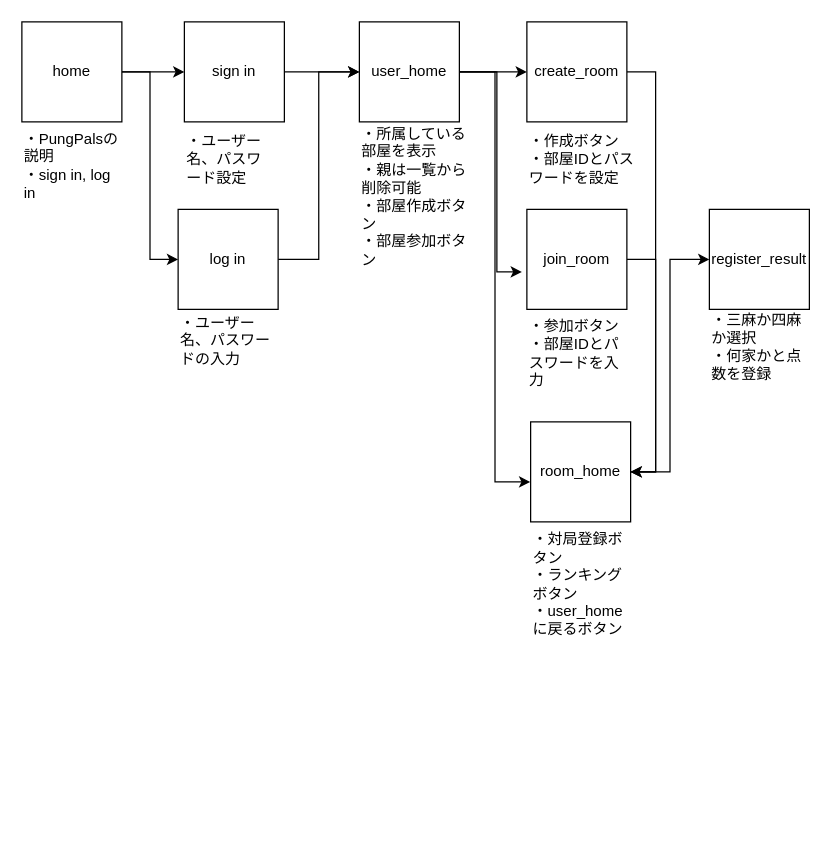
Earlier version of the draw.io diagram PungPals_screen.drawio (kechigon/PungPals). Source tidied: cells renumbered, new cells numbered last; positions are measured from the earlier drawing's top-left corner, leaving out a move shared by most shapes. Both pictures are drawn from the tidied source at 125%, with x=0, y=0 at pixel (21, 21).
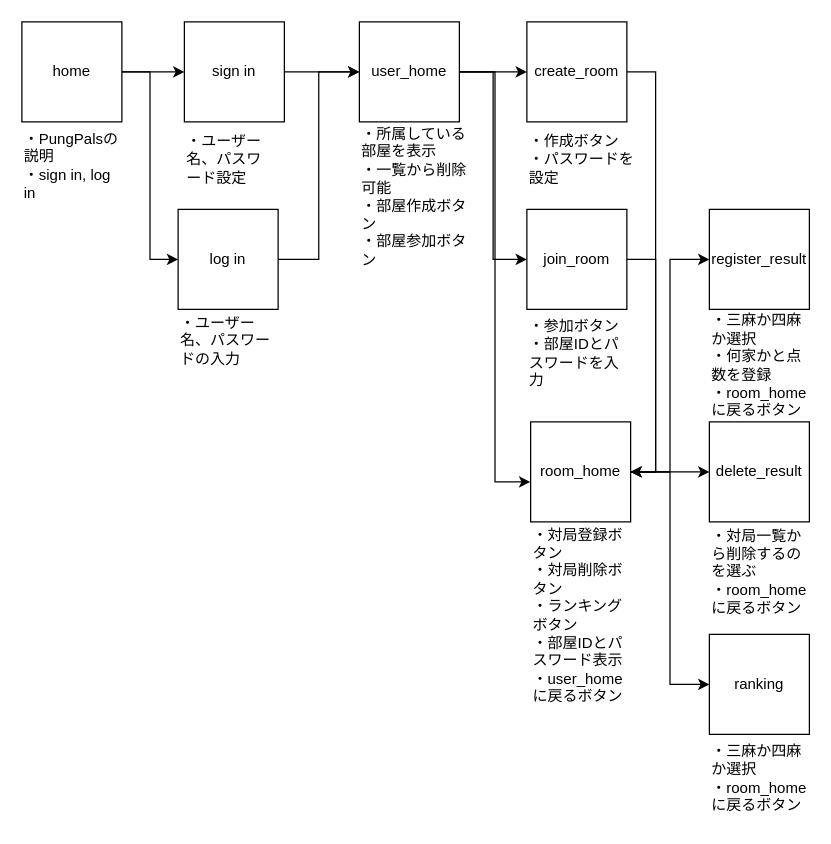
The same page after the edit.

Commit message:
PungPals_screen.drawio を更新します

Unchanged cells that the change refers to:
```xml
<mxCell id="13" value="user_home" style="whiteSpace=wrap;html=1;" parent="1" vertex="1">
  <mxGeometry x="270" width="80" height="80" as="geometry" />
</mxCell>
<mxCell id="19" value="join_room" style="whiteSpace=wrap;html=1;" parent="1" vertex="1">
  <mxGeometry x="404" y="150" width="80" height="80" as="geometry" />
</mxCell>
<mxCell id="23" value="room_home" style="whiteSpace=wrap;html=1;" parent="1" vertex="1">
  <mxGeometry x="407" y="320" width="80" height="80" as="geometry" />
</mxCell>
```

What changed in the source:
```diff
@@
+    <mxCell id="21" style="edgeStyle=orthogonalEdgeStyle;rounded=0;jettySize=auto;html=1;entryX=0;entryY=0.5;entryDx=0;entryDy=0;" parent="1" edge="1" source="13" target="19">
+      <mxGeometry relative="1" as="geometry" />
+    </mxCell>
@@
-    <mxCell id="14" value="・所属している部屋を表示&lt;br&gt;・親は一覧から削除可能&lt;br&gt;・部屋作成ボタン&lt;br&gt;・部屋参加ボタン" style="text;html=1;strokeColor=none;fillColor=none;align=left;verticalAlign=middle;whiteSpace=wrap;rounded=0;" parent="1" vertex="1">
+    <mxCell id="14" value="・所属している部屋を表示&lt;br&gt;・一覧から削除可能&lt;br&gt;・部屋作成ボタン&lt;br&gt;・部屋参加ボタン" style="text;html=1;strokeColor=none;fillColor=none;align=left;verticalAlign=middle;whiteSpace=wrap;rounded=0;" parent="1" vertex="1">
       <mxGeometry x="270" y="80" width="90" height="120" as="geometry" />
     </mxCell>
@@
-    <mxCell id="17" value="・作成ボタン&lt;br&gt;・部屋IDとパスワードを設定" style="text;html=1;strokeColor=none;fillColor=none;align=left;verticalAlign=middle;whiteSpace=wrap;rounded=0;" parent="1" vertex="1">
+    <mxCell id="17" value="・作成ボタン&lt;br&gt;・パスワードを設定" style="text;html=1;strokeColor=none;fillColor=none;align=left;verticalAlign=middle;whiteSpace=wrap;rounded=0;" parent="1" vertex="1">
       <mxGeometry x="404" y="80" width="86" height="60" as="geometry" />
     </mxCell>
@@
-    <mxCell id="21" style="edgeStyle=orthogonalEdgeStyle;rounded=0;jettySize=auto;html=1;entryX=-0.05;entryY=0.625;entryDx=0;entryDy=0;entryPerimeter=0;" parent="1" edge="1" source="13" target="19">
-      <mxGeometry relative="1" as="geometry">
-        <Array as="points">
-          <mxPoint x="380" y="40" />
-          <mxPoint x="380" y="200" />
-        </Array>
-      </mxGeometry>
-    </mxCell>
@@
+    <mxCell id="28" style="edgeStyle=orthogonalEdgeStyle;rounded=0;jettySize=auto;html=1;entryX=0;entryY=0.5;entryDx=0;entryDy=0;" parent="1" edge="1" source="23" target="30">
+      <mxGeometry relative="1" as="geometry" />
+    </mxCell>
+    <mxCell id="29" style="edgeStyle=orthogonalEdgeStyle;rounded=0;jettySize=auto;html=1;entryX=0;entryY=0.5;entryDx=0;entryDy=0;" parent="1" edge="1" source="23" target="32">
+      <mxGeometry relative="1" as="geometry" />
+    </mxCell>
@@
-    <mxCell id="25" value="・対局登録ボタン&lt;br&gt;・ランキングボタン&lt;br&gt;・user_homeに戻るボタン" style="text;html=1;strokeColor=none;fillColor=none;align=left;verticalAlign=middle;whiteSpace=wrap;rounded=0;" parent="1" vertex="1">
-      <mxGeometry x="407" y="400" width="83" height="100" as="geometry" />
+    <mxCell id="25" value="・対局登録ボタン&lt;br&gt;・対局削除ボタン&lt;br&gt;・ランキングボタン&lt;br&gt;・部屋IDとパスワード表示&lt;br&gt;・user_homeに戻るボタン" style="text;html=1;strokeColor=none;fillColor=none;align=left;verticalAlign=middle;whiteSpace=wrap;rounded=0;" parent="1" vertex="1">
+      <mxGeometry x="407" y="400" width="83" height="150" as="geometry" />
     </mxCell>
@@
-    <mxCell id="27" value="・三麻か四麻か選択&lt;br&gt;・何家かと点数を登録" style="text;html=1;strokeColor=none;fillColor=none;align=left;verticalAlign=middle;whiteSpace=wrap;rounded=0;" parent="1" vertex="1">
-      <mxGeometry x="550" y="230" width="80" height="60" as="geometry" />
+    <mxCell id="27" value="・三麻か四麻か選択&lt;br&gt;・何家かと点数を登録&lt;br&gt;・room_homeに戻るボタン&lt;br&gt;" style="text;html=1;strokeColor=none;fillColor=none;align=left;verticalAlign=middle;whiteSpace=wrap;rounded=0;" parent="1" vertex="1">
+      <mxGeometry x="550" y="230" width="80" height="90" as="geometry" />
     </mxCell>
+    <mxCell id="30" value="ranking" style="whiteSpace=wrap;html=1;" parent="1" vertex="1">
+      <mxGeometry x="550" y="490" width="80" height="80" as="geometry" />
+    </mxCell>
+    <mxCell id="31" value="・三麻か四麻か選択&lt;br&gt;・room_homeに戻るボタン" style="text;html=1;strokeColor=none;fillColor=none;align=left;verticalAlign=middle;whiteSpace=wrap;rounded=0;" parent="1" vertex="1">
+      <mxGeometry x="550" y="570" width="80" height="70" as="geometry" />
+    </mxCell>
+    <mxCell id="32" value="delete_result" style="whiteSpace=wrap;html=1;" parent="1" vertex="1">
+      <mxGeometry x="550" y="320" width="80" height="80" as="geometry" />
+    </mxCell>
+    <mxCell id="33" value="・対局一覧から削除するのを選ぶ&lt;br&gt;・room_homeに戻るボタン" style="text;html=1;strokeColor=none;fillColor=none;align=left;verticalAlign=middle;whiteSpace=wrap;rounded=0;" parent="1" vertex="1">
+      <mxGeometry x="550" y="400" width="80" height="80" as="geometry" />
+    </mxCell>
```
